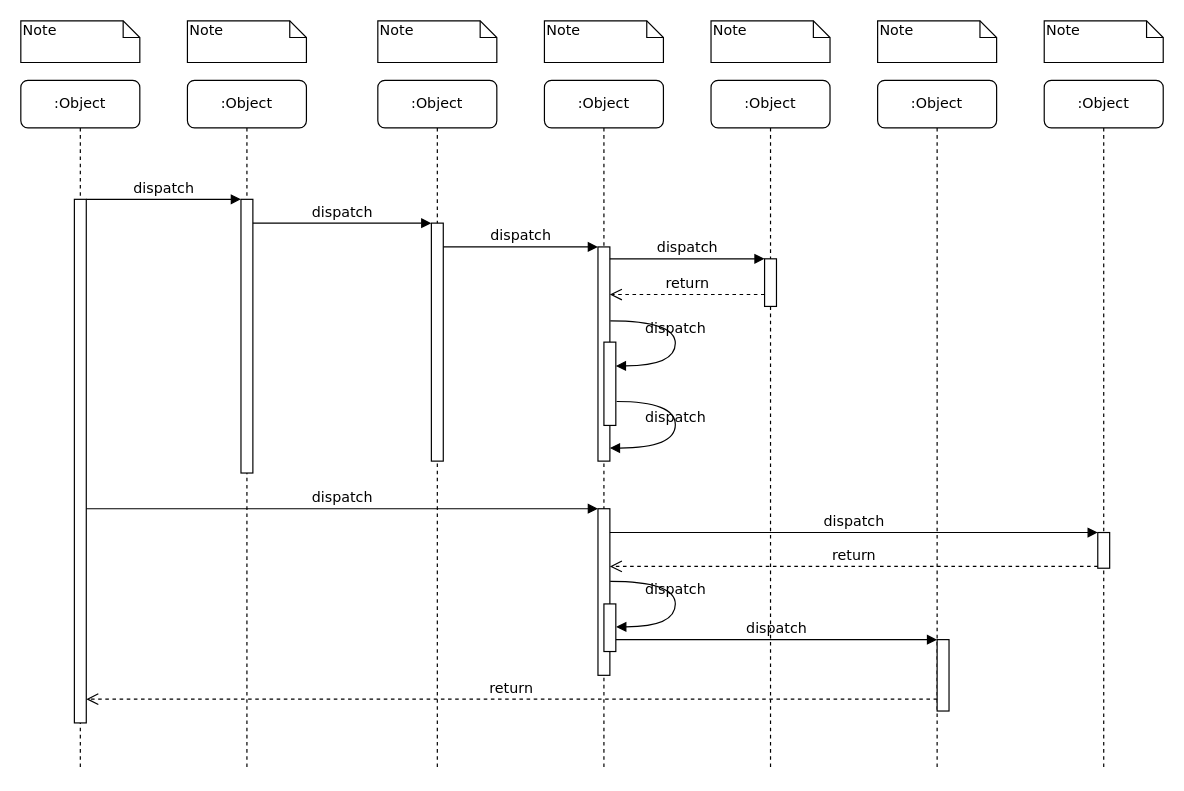
Earlier version of the draw.io diagram Untitled Diagram.drawio (sammaple/AndFix). Source tidied: cells renumbered, new cells numbered last; positions are measured from the earlier drawing's top-left corner, leaving out a move shared by most shapes. Both pictures are drawn from the tidied source at 119%, with x=0, y=0 at pixel (20, 20).
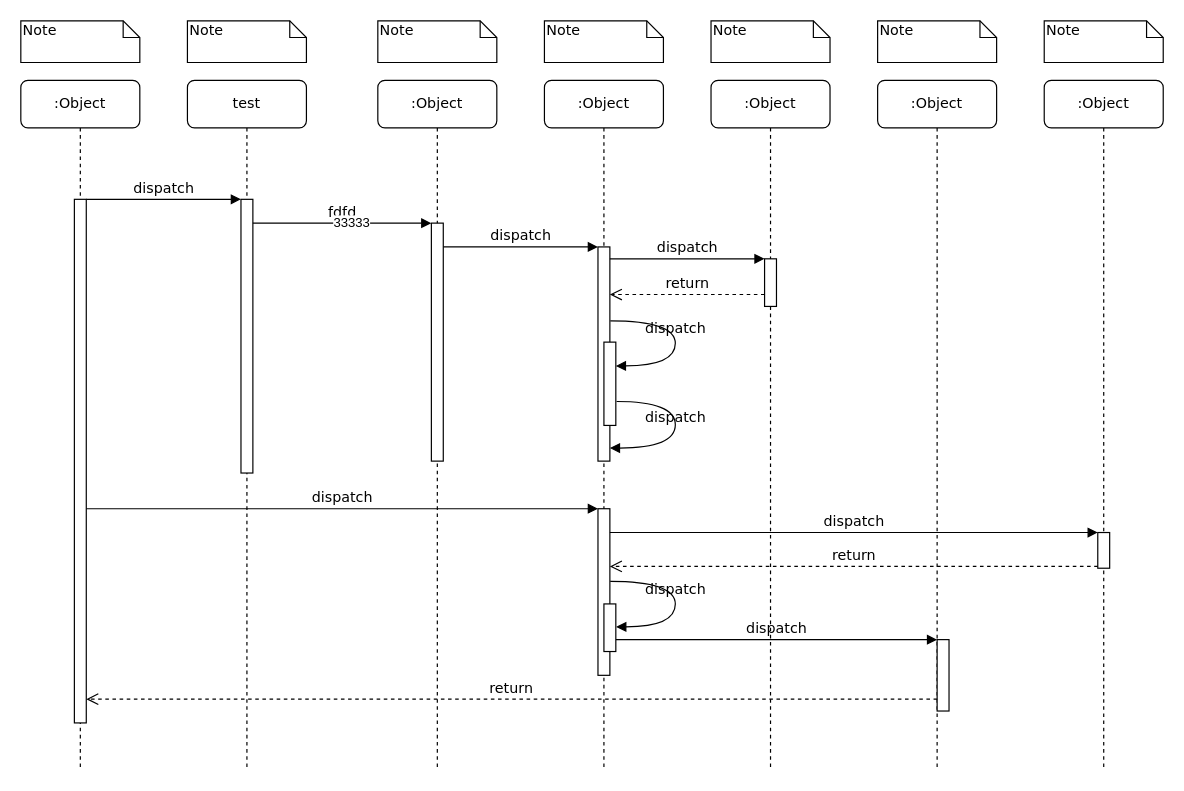
The same page after the edit.

The change refers to these unchanged cells:
```xml
<mxCell id="3" style="html=1;points=[];perimeter=orthogonalPerimeter;rounded=0;shadow=0;comic=0;labelBackgroundColor=none;strokeWidth=1;fontFamily=Verdana;fontSize=12;align=center;" parent="2" vertex="1">
  <mxGeometry x="45" y="100" width="10" height="230" as="geometry" />
</mxCell>
<mxCell id="5" style="html=1;points=[];perimeter=orthogonalPerimeter;rounded=0;shadow=0;comic=0;labelBackgroundColor=none;strokeWidth=1;fontFamily=Verdana;fontSize=12;align=center;" parent="4" vertex="1">
  <mxGeometry x="45" y="120" width="10" height="200" as="geometry" />
</mxCell>
```

The edit, as a diff of the source:
```diff
@@
-    <mxCell id="2" value=":Object" style="shape=umlLifeline;perimeter=lifelinePerimeter;whiteSpace=wrap;html=1;rounded=1;shadow=0;comic=0;labelBackgroundColor=none;strokeWidth=1;fontFamily=Verdana;fontSize=12;align=center;" parent="1" vertex="1">
+    <mxCell id="2" value="test" style="shape=umlLifeline;perimeter=lifelinePerimeter;whiteSpace=wrap;html=1;rounded=1;shadow=0;comic=0;labelBackgroundColor=none;strokeWidth=1;fontFamily=Verdana;fontSize=12;align=center;" parent="1" vertex="1">
       <mxGeometry x="140" y="50" width="100" height="580" as="geometry" />
     </mxCell>
@@
-    <mxCell id="26" value="dispatch" style="html=1;verticalAlign=bottom;endArrow=block;entryX=0;entryY=0;labelBackgroundColor=none;fontFamily=Verdana;fontSize=12;edgeStyle=elbowEdgeStyle;elbow=vertical;" parent="1" edge="1" source="3" target="5">
+    <mxCell id="26" value="fdfd" style="html=1;verticalAlign=bottom;endArrow=block;entryX=0;entryY=0;labelBackgroundColor=none;fontFamily=Verdana;fontSize=12;edgeStyle=elbowEdgeStyle;elbow=vertical;" parent="1" edge="1" source="3" target="5">
       <mxGeometry relative="1" as="geometry" />
     </mxCell>
+    <mxCell id="39" value="33333" style="edgeLabel;html=1;align=center;verticalAlign=middle;" parent="26" vertex="1">
+      <mxGeometry x="0.09" y="1" relative="1" as="geometry" />
+    </mxCell>
```
